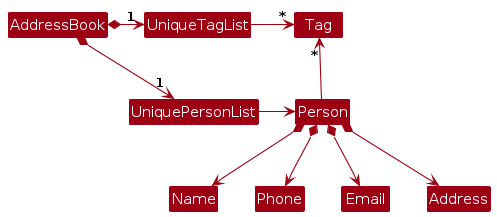
The PlantUML diagram diagrams/BetterModelClassDiagram.png in AY2627S1-CS2103T-T17-2/tp, before a commit. Its source is kept beside it as diagrams/BetterModelClassDiagram.puml.
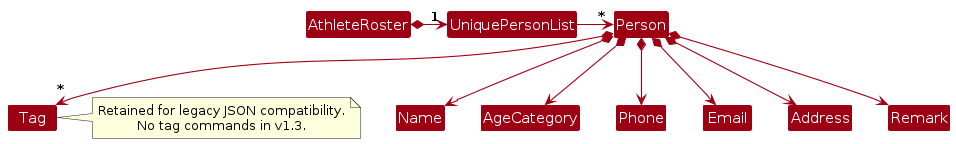
Later version of the same file.

The edit, as a diff of the source:
```diff
@@ -4,18 +4,17 @@
 skinparam arrowColor MODEL_COLOR
 skinparam classBackgroundColor MODEL_COLOR
 
-AddressBook *-right-> "1" UniquePersonList
-AddressBook *-right-> "1" UniqueTagList
-UniqueTagList -[hidden]down- UniquePersonList
-UniqueTagList -[hidden]down- UniquePersonList
-
-UniqueTagList -right-> "*" Tag
-UniquePersonList -right-> Person
-
-Person -up-> "*" Tag
-
+AthleteRoster *-right-> "1" UniquePersonList
+UniquePersonList -right-> "*" Person
 Person *--> Name
+Person *--> AgeCategory
 Person *--> Phone
 Person *--> Email
 Person *--> Address
+Person *--> Remark
+Person *--> "*" Tag
+note right of Tag
+  Retained for legacy JSON compatibility.
+  No tag commands in v1.3.
+end note
 @enduml
```
